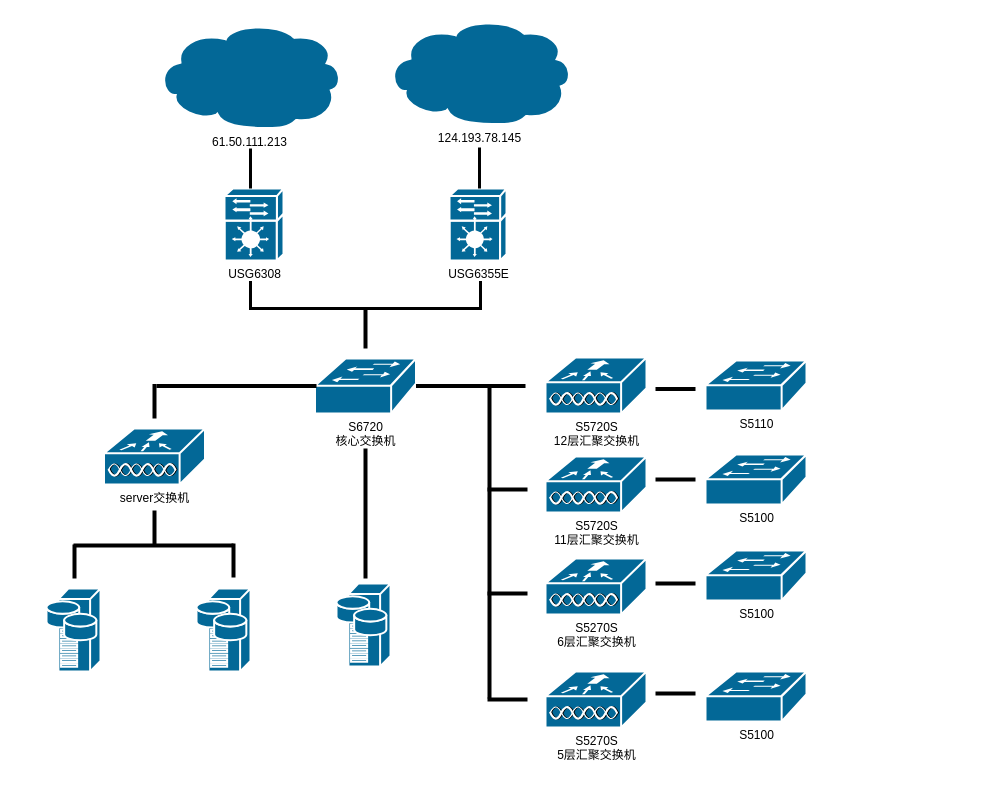
Earlier version of the draw.io diagram 未命名绘图.drawio (yangzhi880729/test). Source tidied: cells renumbered, new cells numbered last; positions are measured from the earlier drawing's top-left corner, leaving out a move shared by most shapes. Both pictures are drawn from the tidied source at 100%, with x=0, y=0 at pixel (46, 18).
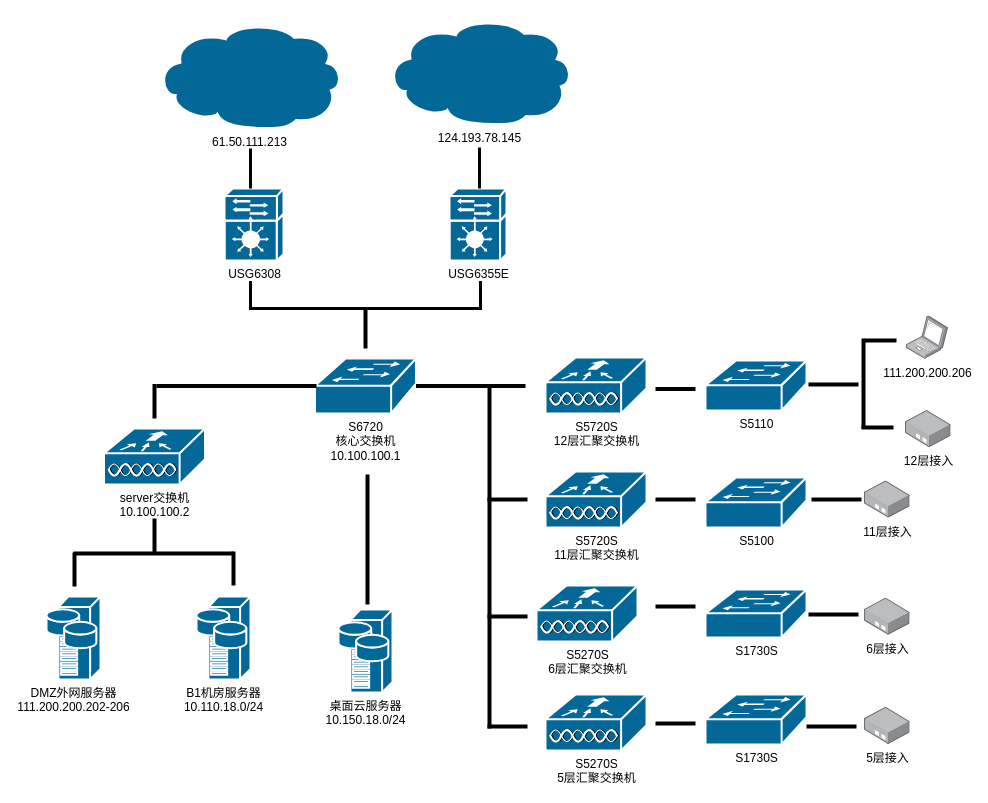
After the change.

Commit message:
更新未命名绘图.drawio

Diff of the diagram source:
```diff
@@
-    <mxCell id="6" value="S6720&lt;br&gt;核心交换机" style="shape=mxgraph.cisco.switches.workgroup_switch;html=1;dashed=0;fillColor=#036897;strokeColor=#ffffff;strokeWidth=2;verticalLabelPosition=bottom;verticalAlign=top;align=center;" parent="1" vertex="1">
+    <mxCell id="6" value="S6720&lt;br&gt;核心交换机&lt;br&gt;10.100.100.1" style="shape=mxgraph.cisco.switches.workgroup_switch;html=1;dashed=0;fillColor=#036897;strokeColor=#ffffff;strokeWidth=2;verticalLabelPosition=bottom;verticalAlign=top;align=center;" parent="1" vertex="1">
       <mxGeometry x="268.5" y="340" width="101" height="55" as="geometry" />
     </mxCell>
@@
     <mxCell id="14" style="line;strokeWidth=4;html=1;perimeter=backbonePerimeter;" parent="1" vertex="1">
-      <mxGeometry x="27" y="522" width="160" height="10" as="geometry" />
+      <mxGeometry x="27" y="530" width="160" height="10" as="geometry" />
     </mxCell>
     <mxCell id="15" style="line;strokeWidth=4;direction=south;html=1;perimeter=backbonePerimeter;" parent="1" vertex="1">
-      <mxGeometry x="103" y="492" width="10" height="36" as="geometry" />
+      <mxGeometry x="103" y="500" width="10" height="36" as="geometry" />
     </mxCell>
-    <mxCell id="16" value="server交换机" style="shape=mxgraph.cisco.wireless.wlan_controller;html=1;dashed=0;fillColor=#036897;strokeColor=#ffffff;strokeWidth=2;verticalLabelPosition=bottom;verticalAlign=top;align=center;" parent="1" vertex="1">
+    <mxCell id="16" value="server交换机&lt;br&gt;10.100.100.2" style="shape=mxgraph.cisco.wireless.wlan_controller;html=1;dashed=0;fillColor=#036897;strokeColor=#ffffff;strokeWidth=2;verticalLabelPosition=bottom;verticalAlign=top;align=center;" parent="1" vertex="1">
       <mxGeometry x="57.5" y="410" width="101" height="56" as="geometry" />
     </mxCell>
     <mxCell id="17" value="S5720S&lt;br&gt;11层汇聚交换机" style="shape=mxgraph.cisco.wireless.wlan_controller;html=1;dashed=0;fillColor=#036897;strokeColor=#ffffff;strokeWidth=2;verticalLabelPosition=bottom;verticalAlign=top;align=center;" parent="1" vertex="1">
-      <mxGeometry x="499" y="438" width="101" height="56" as="geometry" />
+      <mxGeometry x="499" y="453" width="101" height="56" as="geometry" />
     </mxCell>
-    <mxCell id="18" style="shape=mxgraph.cisco.servers.storage_server;html=1;dashed=0;fillColor=#036897;strokeColor=#ffffff;strokeWidth=2;verticalLabelPosition=bottom;verticalAlign=top;align=center;" parent="1" vertex="1">
-      <mxGeometry y="570" width="54" height="83" as="geometry" />
+    <mxCell id="18" value="DMZ外网服务器&lt;br&gt;111.200.200.202-206" style="shape=mxgraph.cisco.servers.storage_server;html=1;dashed=0;fillColor=#036897;strokeColor=#ffffff;strokeWidth=2;verticalLabelPosition=bottom;verticalAlign=top;align=center;" parent="1" vertex="1">
+      <mxGeometry y="578" width="54" height="83" as="geometry" />
     </mxCell>
-    <mxCell id="19" style="shape=mxgraph.cisco.servers.storage_server;html=1;dashed=0;fillColor=#036897;strokeColor=#ffffff;strokeWidth=2;verticalLabelPosition=bottom;verticalAlign=top;align=center;" parent="1" vertex="1">
-      <mxGeometry x="150" y="570" width="54" height="83" as="geometry" />
+    <mxCell id="19" value="B1机房服务器&lt;br&gt;10.110.18.0/24" style="shape=mxgraph.cisco.servers.storage_server;html=1;dashed=0;fillColor=#036897;strokeColor=#ffffff;strokeWidth=2;verticalLabelPosition=bottom;verticalAlign=top;align=center;" parent="1" vertex="1">
+      <mxGeometry x="150" y="578" width="54" height="83" as="geometry" />
     </mxCell>
     <mxCell id="20" style="line;strokeWidth=4;direction=south;html=1;perimeter=backbonePerimeter;" parent="1" vertex="1">
-      <mxGeometry x="23" y="526" width="10" height="34" as="geometry" />
+      <mxGeometry x="23" y="534" width="10" height="34" as="geometry" />
     </mxCell>
     <mxCell id="21" style="line;strokeWidth=4;direction=south;html=1;perimeter=backbonePerimeter;" parent="1" vertex="1">
-      <mxGeometry x="182" y="525" width="10" height="34" as="geometry" />
+      <mxGeometry x="182" y="533" width="10" height="34" as="geometry" />
     </mxCell>
-    <mxCell id="22" style="shape=mxgraph.cisco.servers.storage_server;html=1;dashed=0;fillColor=#036897;strokeColor=#ffffff;strokeWidth=2;verticalLabelPosition=bottom;verticalAlign=top;align=center;" parent="1" vertex="1">
-      <mxGeometry x="290" y="565" width="54" height="83" as="geometry" />
+    <mxCell id="22" value="桌面云服务器&lt;br&gt;10.150.18.0/24" style="shape=mxgraph.cisco.servers.storage_server;html=1;dashed=0;fillColor=#036897;strokeColor=#ffffff;strokeWidth=2;verticalLabelPosition=bottom;verticalAlign=top;align=center;" parent="1" vertex="1">
+      <mxGeometry x="292" y="591" width="54" height="83" as="geometry" />
     </mxCell>
     <mxCell id="23" style="line;strokeWidth=4;direction=south;html=1;perimeter=backbonePerimeter;" parent="1" vertex="1">
-      <mxGeometry x="314" y="430" width="10" height="130" as="geometry" />
+      <mxGeometry x="316" y="456" width="10" height="130" as="geometry" />
     </mxCell>
     <mxCell id="24" value="S5270S&lt;br&gt;6层汇聚交换机" style="shape=mxgraph.cisco.wireless.wlan_controller;html=1;dashed=0;fillColor=#036897;strokeColor=#ffffff;strokeWidth=2;verticalLabelPosition=bottom;verticalAlign=top;align=center;" parent="1" vertex="1">
-      <mxGeometry x="499" y="540" width="101" height="56" as="geometry" />
+      <mxGeometry x="490" y="567" width="101" height="56" as="geometry" />
     </mxCell>
     <mxCell id="25" value="S5270S&lt;br&gt;5层汇聚交换机" style="shape=mxgraph.cisco.wireless.wlan_controller;html=1;dashed=0;fillColor=#036897;strokeColor=#ffffff;strokeWidth=2;verticalLabelPosition=bottom;verticalAlign=top;align=center;" parent="1" vertex="1">
-      <mxGeometry x="499" y="653" width="101" height="56" as="geometry" />
+      <mxGeometry x="499" y="676" width="101" height="56" as="geometry" />
     </mxCell>
@@
     <mxCell id="27" style="line;strokeWidth=4;direction=south;html=1;perimeter=backbonePerimeter;" parent="1" vertex="1">
-      <mxGeometry x="438" y="368" width="10" height="312" as="geometry" />
+      <mxGeometry x="438" y="368" width="10" height="342" as="geometry" />
     </mxCell>
     <mxCell id="28" style="line;strokeWidth=4;html=1;perimeter=backbonePerimeter;" parent="1" vertex="1">
-      <mxGeometry x="441" y="466" width="40" height="10" as="geometry" />
+      <mxGeometry x="441" y="476" width="40" height="10" as="geometry" />
     </mxCell>
     <mxCell id="29" style="line;strokeWidth=4;html=1;perimeter=backbonePerimeter;" parent="1" vertex="1">
-      <mxGeometry x="441" y="570" width="40" height="10" as="geometry" />
+      <mxGeometry x="441" y="593" width="40" height="10" as="geometry" />
     </mxCell>
     <mxCell id="30" style="line;strokeWidth=4;html=1;perimeter=backbonePerimeter;" parent="1" vertex="1">
-      <mxGeometry x="441" y="676" width="40" height="10" as="geometry" />
+      <mxGeometry x="441" y="703" width="40" height="10" as="geometry" />
     </mxCell>
@@
     <mxCell id="32" style="line;strokeWidth=4;html=1;perimeter=backbonePerimeter;" parent="1" vertex="1">
-      <mxGeometry x="609" y="456" width="40" height="10" as="geometry" />
+      <mxGeometry x="609" y="476" width="40" height="10" as="geometry" />
     </mxCell>
     <mxCell id="33" style="line;strokeWidth=4;html=1;perimeter=backbonePerimeter;" parent="1" vertex="1">
-      <mxGeometry x="609" y="560" width="40" height="10" as="geometry" />
+      <mxGeometry x="609" y="583" width="40" height="10" as="geometry" />
     </mxCell>
     <mxCell id="34" style="line;strokeWidth=4;html=1;perimeter=backbonePerimeter;" parent="1" vertex="1">
-      <mxGeometry x="609" y="670" width="40" height="10" as="geometry" />
+      <mxGeometry x="609" y="700" width="40" height="10" as="geometry" />
     </mxCell>
@@
     <mxCell id="36" value="S5100" style="shape=mxgraph.cisco.switches.workgroup_switch;html=1;dashed=0;fillColor=#036897;strokeColor=#ffffff;strokeWidth=2;verticalLabelPosition=bottom;verticalAlign=top;align=center;" parent="1" vertex="1">
-      <mxGeometry x="659" y="436" width="101" height="50" as="geometry" />
+      <mxGeometry x="659" y="459" width="101" height="50" as="geometry" />
     </mxCell>
-    <mxCell id="37" value="S5100" style="shape=mxgraph.cisco.switches.workgroup_switch;html=1;dashed=0;fillColor=#036897;strokeColor=#ffffff;strokeWidth=2;verticalLabelPosition=bottom;verticalAlign=top;align=center;" parent="1" vertex="1">
-      <mxGeometry x="659" y="532" width="101" height="50" as="geometry" />
+    <mxCell id="37" value="S1730S" style="shape=mxgraph.cisco.switches.workgroup_switch;html=1;dashed=0;fillColor=#036897;strokeColor=#ffffff;strokeWidth=2;verticalLabelPosition=bottom;verticalAlign=top;align=center;" parent="1" vertex="1">
+      <mxGeometry x="659" y="571" width="101" height="48" as="geometry" />
     </mxCell>
-    <mxCell id="38" value="S5100" style="shape=mxgraph.cisco.switches.workgroup_switch;html=1;dashed=0;fillColor=#036897;strokeColor=#ffffff;strokeWidth=2;verticalLabelPosition=bottom;verticalAlign=top;align=center;" parent="1" vertex="1">
-      <mxGeometry x="659" y="653" width="101" height="50" as="geometry" />
+    <mxCell id="38" value="S1730S" style="shape=mxgraph.cisco.switches.workgroup_switch;html=1;dashed=0;fillColor=#036897;strokeColor=#ffffff;strokeWidth=2;verticalLabelPosition=bottom;verticalAlign=top;align=center;" parent="1" vertex="1">
+      <mxGeometry x="659" y="676" width="101" height="50" as="geometry" />
     </mxCell>
+    <mxCell id="39" style="line;strokeWidth=4;html=1;perimeter=backbonePerimeter;labelBackgroundColor=#ffffff;" parent="1" vertex="1">
+      <mxGeometry x="762" y="361" width="50" height="10" as="geometry" />
+    </mxCell>
+    <mxCell id="40" style="line;strokeWidth=4;direction=south;html=1;perimeter=backbonePerimeter;labelBackgroundColor=#ffffff;" parent="1" vertex="1">
+      <mxGeometry x="812" y="320" width="10" height="90" as="geometry" />
+    </mxCell>
+    <mxCell id="41" style="line;strokeWidth=4;html=1;perimeter=backbonePerimeter;labelBackgroundColor=#ffffff;" parent="1" vertex="1">
+      <mxGeometry x="818" y="317" width="32" height="10" as="geometry" />
+    </mxCell>
+    <mxCell id="42" style="line;strokeWidth=4;html=1;perimeter=backbonePerimeter;labelBackgroundColor=#ffffff;" parent="1" vertex="1">
+      <mxGeometry x="815" y="404" width="32" height="10" as="geometry" />
+    </mxCell>
+    <mxCell id="43" value="111.200.200.206" style="html=1;align=center;shadow=0;dashed=0;image;image=img/lib/allied_telesis/computer_and_terminals/Laptop.svg;labelBackgroundColor=#ffffff;strokeWidth=4;" parent="1" vertex="1">
+      <mxGeometry x="860" y="298" width="42" height="42.6" as="geometry" />
+    </mxCell>
+    <mxCell id="44" value="12层接入" style="html=1;align=center;shadow=0;dashed=0;image;image=img/lib/allied_telesis/media_converters/Media_Converter_Standalone.svg;labelBackgroundColor=#ffffff;strokeWidth=4;" parent="1" vertex="1">
+      <mxGeometry x="859" y="392" width="45.6" height="37.2" as="geometry" />
+    </mxCell>
+    <mxCell id="45" style="line;strokeWidth=4;html=1;perimeter=backbonePerimeter;labelBackgroundColor=#ffffff;" parent="1" vertex="1">
+      <mxGeometry x="765" y="476" width="50" height="10" as="geometry" />
+    </mxCell>
+    <mxCell id="46" value="11层接入" style="html=1;align=center;shadow=0;dashed=0;image;image=img/lib/allied_telesis/media_converters/Media_Converter_Standalone.svg;labelBackgroundColor=#ffffff;strokeWidth=4;" parent="1" vertex="1">
+      <mxGeometry x="818" y="462.4" width="45.6" height="37.2" as="geometry" />
+    </mxCell>
+    <mxCell id="47" value="6层接入" style="html=1;align=center;shadow=0;dashed=0;image;image=img/lib/allied_telesis/media_converters/Media_Converter_Standalone.svg;labelBackgroundColor=#ffffff;strokeWidth=4;" parent="1" vertex="1">
+      <mxGeometry x="818" y="579.6" width="45.6" height="37.2" as="geometry" />
+    </mxCell>
+    <mxCell id="48" value="5层接入" style="html=1;align=center;shadow=0;dashed=0;image;image=img/lib/allied_telesis/media_converters/Media_Converter_Standalone.svg;labelBackgroundColor=#ffffff;strokeWidth=4;" parent="1" vertex="1">
+      <mxGeometry x="818" y="688.8" width="45.6" height="37.2" as="geometry" />
+    </mxCell>
+    <mxCell id="49" style="line;strokeWidth=4;html=1;perimeter=backbonePerimeter;labelBackgroundColor=#ffffff;" parent="1" vertex="1">
+      <mxGeometry x="762" y="591" width="50" height="10" as="geometry" />
+    </mxCell>
+    <mxCell id="50" style="line;strokeWidth=4;html=1;perimeter=backbonePerimeter;labelBackgroundColor=#ffffff;" parent="1" vertex="1">
+      <mxGeometry x="760" y="703" width="50" height="10" as="geometry" />
+    </mxCell>
```
